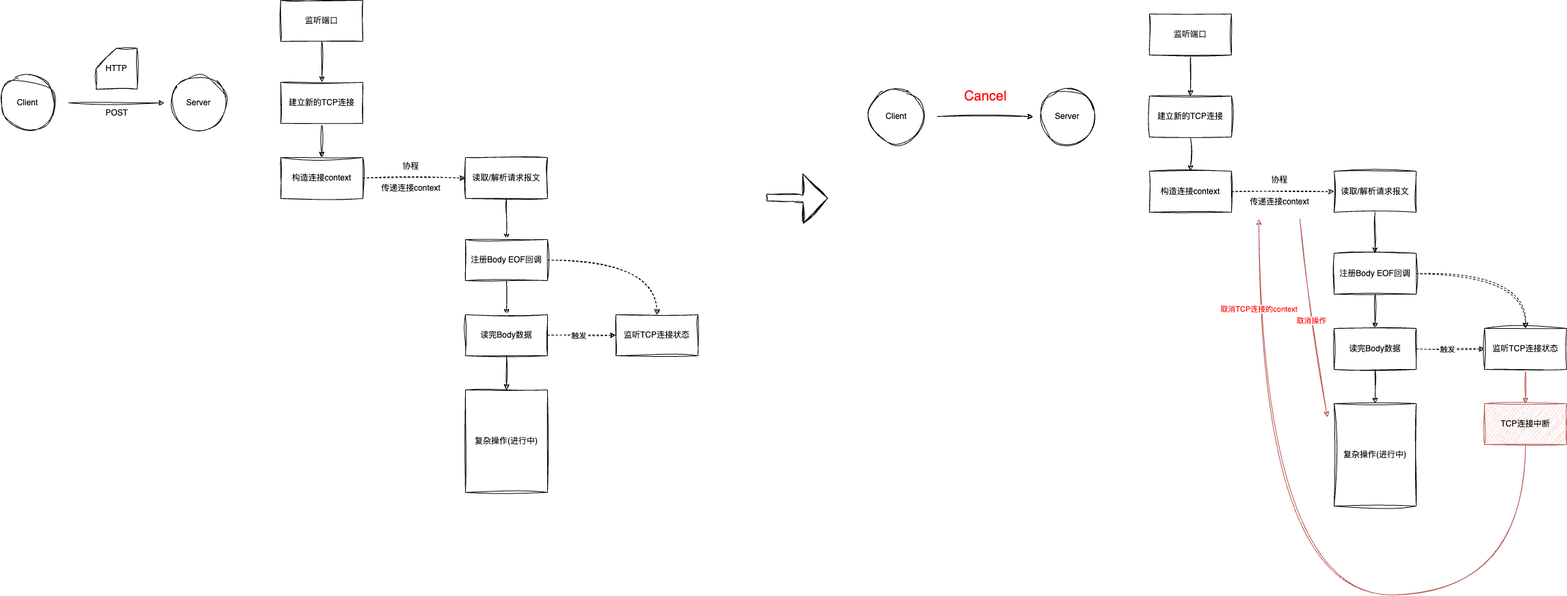
This is source/_posts/HTTPProcessInGolang/http1_x_cancel.png from theo1893/theo1893.github.io, a draw.io export, as it was before one commit. Source tidied: cells renumbered, new cells last; positions are measured from the earlier drawing's top-left corner, leaving out a move shared by most shapes.
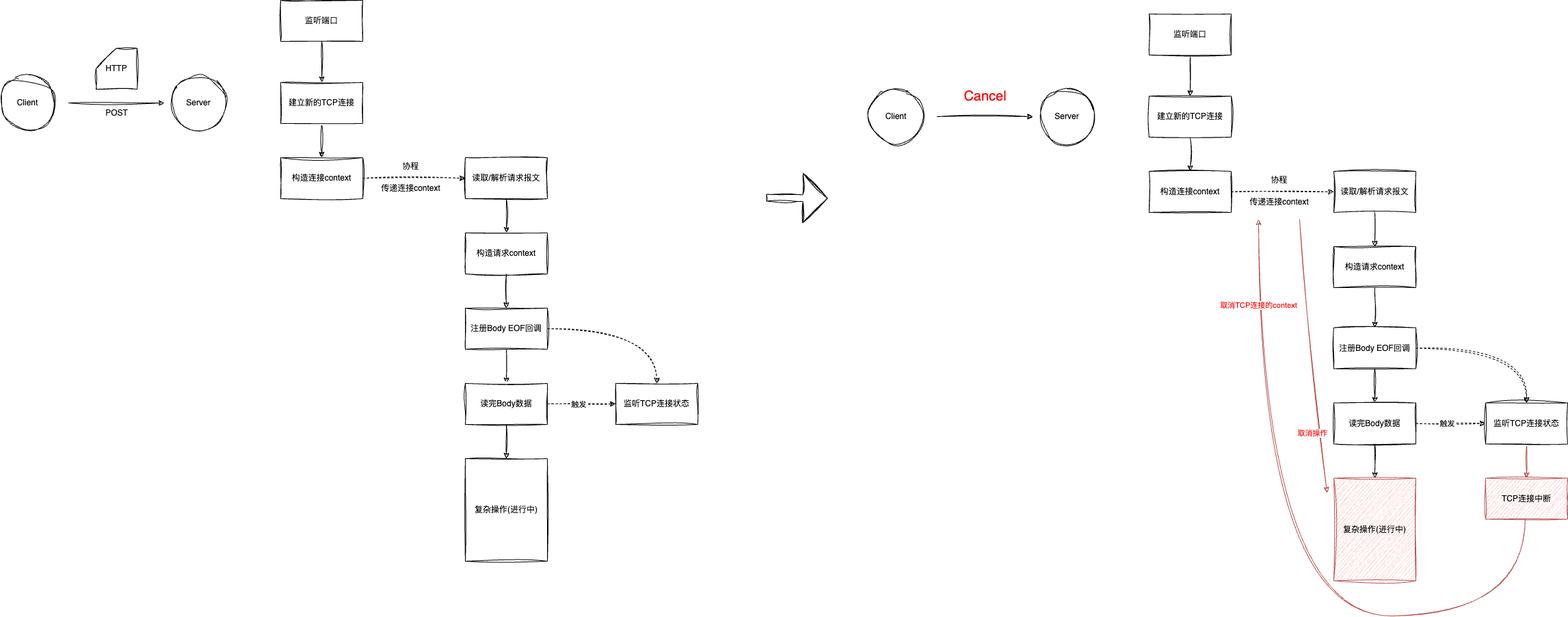
The same diagram one commit later.

Diff of the diagram source:
```diff
@@ -17,9 +17,9 @@
     <mxCell id="6" value="建立新的TCP连接" style="rounded=0;whiteSpace=wrap;html=1;sketch=1;curveFitting=1;jiggle=2;" parent="1" vertex="1">
       <mxGeometry x="410" y="120" width="120" height="60" as="geometry" />
     </mxCell>
-    <mxCell id="7" style="edgeStyle=orthogonalEdgeStyle;shape=connector;rounded=0;sketch=1;jiggle=2;curveFitting=1;jettySize=auto;html=1;strokeColor=default;align=center;verticalAlign=middle;fontFamily=Helvetica;fontSize=12;fontColor=default;labelBackgroundColor=default;endArrow=classic;" parent="1" edge="1" source="8" target="11">
-      <mxGeometry relative="1" as="geometry" />
-    </mxCell>
+    <mxCell id="56" style="edgeStyle=orthogonalEdgeStyle;shape=connector;rounded=0;sketch=1;jiggle=2;curveFitting=1;jettySize=auto;html=1;strokeColor=default;align=center;verticalAlign=middle;fontFamily=Helvetica;fontSize=11;fontColor=default;labelBackgroundColor=default;endArrow=classic;" parent="1" edge="1" source="8" target="59">
+      <mxGeometry relative="1" as="geometry" />
+    </mxCell>
     <mxCell id="8" value="读取/解析请求报文" style="rounded=0;whiteSpace=wrap;html=1;sketch=1;curveFitting=1;jiggle=2;" parent="1" vertex="1">
       <mxGeometry x="680" y="230" width="120" height="60" as="geometry" />
     </mxCell>
@@ -30,7 +30,7 @@
       <mxGeometry relative="1" as="geometry" />
     </mxCell>
     <mxCell id="11" value="注册Body EOF回调" style="rounded=0;whiteSpace=wrap;html=1;sketch=1;curveFitting=1;jiggle=2;" parent="1" vertex="1">
-      <mxGeometry x="680" y="350" width="120" height="60" as="geometry" />
+      <mxGeometry x="680" y="450" width="120" height="60" as="geometry" />
     </mxCell>
     <mxCell id="12" style="edgeStyle=orthogonalEdgeStyle;rounded=0;jettySize=auto;html=1;entryX=0;entryY=0.5;entryDx=0;entryDy=0;sketch=1;curveFitting=1;jiggle=2;dashed=1;" parent="1" edge="1" source="15" target="24">
       <mxGeometry relative="1" as="geometry" />
@@ -42,7 +42,7 @@
       <mxGeometry relative="1" as="geometry" />
     </mxCell>
     <mxCell id="15" value="读完Body数据" style="rounded=0;whiteSpace=wrap;html=1;sketch=1;curveFitting=1;jiggle=2;" parent="1" vertex="1">
-      <mxGeometry x="680" y="460" width="120" height="60" as="geometry" />
+      <mxGeometry x="680" y="560" width="120" height="60" as="geometry" />
     </mxCell>
     <mxCell id="16" style="edgeStyle=orthogonalEdgeStyle;shape=connector;rounded=0;sketch=1;jiggle=2;curveFitting=1;jettySize=auto;html=1;entryX=0;entryY=0.5;entryDx=0;entryDy=0;strokeColor=default;align=center;verticalAlign=middle;fontFamily=Helvetica;fontSize=12;fontColor=default;labelBackgroundColor=default;endArrow=classic;dashed=1;" parent="1" edge="1" source="17" target="8">
       <mxGeometry relative="1" as="geometry" />
@@ -72,10 +72,10 @@
       <mxGeometry x="140" y="150" width="60" height="30" as="geometry" />
     </mxCell>
     <mxCell id="24" value="监听TCP连接状态" style="rounded=0;whiteSpace=wrap;html=1;sketch=1;curveFitting=1;jiggle=2;" parent="1" vertex="1">
-      <mxGeometry x="900" y="460" width="120" height="60" as="geometry" />
+      <mxGeometry x="900" y="560" width="120" height="60" as="geometry" />
     </mxCell>
     <mxCell id="25" value="复杂操作(进行中)" style="rounded=0;whiteSpace=wrap;html=1;sketch=1;curveFitting=1;jiggle=2;" parent="1" vertex="1">
-      <mxGeometry x="680" y="570" width="120" height="150" as="geometry" />
+      <mxGeometry x="680" y="670" width="120" height="150" as="geometry" />
     </mxCell>
     <mxCell id="26" style="shape=flexArrow;endArrow=classic;html=1;rounded=0;sketch=1;jiggle=2;curveFitting=1;strokeColor=default;align=center;verticalAlign=middle;fontFamily=Helvetica;fontSize=11;fontColor=default;labelBackgroundColor=default;edgeStyle=orthogonalEdgeStyle;endWidth=61.69491525423729;endSize=11.633898305084745;" parent="1" edge="1">
       <mxGeometry relative="1" as="geometry">
@@ -98,9 +98,9 @@
     <mxCell id="31" value="建立新的TCP连接" style="rounded=0;whiteSpace=wrap;html=1;sketch=1;curveFitting=1;jiggle=2;" parent="1" vertex="1">
       <mxGeometry x="1680" y="140" width="120" height="60" as="geometry" />
     </mxCell>
-    <mxCell id="32" style="edgeStyle=orthogonalEdgeStyle;shape=connector;rounded=0;sketch=1;jiggle=2;curveFitting=1;jettySize=auto;html=1;strokeColor=default;align=center;verticalAlign=middle;fontFamily=Helvetica;fontSize=12;fontColor=default;labelBackgroundColor=default;endArrow=classic;" parent="1" edge="1" source="33" target="36">
-      <mxGeometry relative="1" as="geometry" />
-    </mxCell>
+    <mxCell id="57" style="edgeStyle=orthogonalEdgeStyle;shape=connector;rounded=0;sketch=1;jiggle=2;curveFitting=1;jettySize=auto;html=1;strokeColor=default;align=center;verticalAlign=middle;fontFamily=Helvetica;fontSize=11;fontColor=default;labelBackgroundColor=default;endArrow=classic;" parent="1" edge="1" source="33" target="61">
+      <mxGeometry relative="1" as="geometry" />
+    </mxCell>
     <mxCell id="33" value="读取/解析请求报文" style="rounded=0;whiteSpace=wrap;html=1;sketch=1;curveFitting=1;jiggle=2;" parent="1" vertex="1">
       <mxGeometry x="1950" y="250" width="120" height="60" as="geometry" />
     </mxCell>
@@ -111,7 +111,7 @@
       <mxGeometry relative="1" as="geometry" />
     </mxCell>
     <mxCell id="36" value="注册Body EOF回调" style="rounded=0;whiteSpace=wrap;html=1;sketch=1;curveFitting=1;jiggle=2;" parent="1" vertex="1">
-      <mxGeometry x="1950" y="370" width="120" height="60" as="geometry" />
+      <mxGeometry x="1950" y="478.6" width="120" height="60" as="geometry" />
     </mxCell>
     <mxCell id="37" style="edgeStyle=orthogonalEdgeStyle;rounded=0;jettySize=auto;html=1;entryX=0;entryY=0.5;entryDx=0;entryDy=0;sketch=1;curveFitting=1;jiggle=2;dashed=1;" parent="1" edge="1" source="40" target="48">
       <mxGeometry relative="1" as="geometry" />
@@ -123,7 +123,7 @@
       <mxGeometry relative="1" as="geometry" />
     </mxCell>
     <mxCell id="40" value="读完Body数据" style="rounded=0;whiteSpace=wrap;html=1;sketch=1;curveFitting=1;jiggle=2;" parent="1" vertex="1">
-      <mxGeometry x="1950" y="480" width="120" height="60" as="geometry" />
+      <mxGeometry x="1950" y="588.6" width="120" height="60" as="geometry" />
     </mxCell>
     <mxCell id="41" style="edgeStyle=orthogonalEdgeStyle;shape=connector;rounded=0;sketch=1;jiggle=2;curveFitting=1;jettySize=auto;html=1;entryX=0;entryY=0.5;entryDx=0;entryDy=0;strokeColor=default;align=center;verticalAlign=middle;fontFamily=Helvetica;fontSize=12;fontColor=default;labelBackgroundColor=default;endArrow=classic;dashed=1;" parent="1" edge="1" source="42" target="33">
       <mxGeometry relative="1" as="geometry" />
@@ -150,10 +150,10 @@
       <mxGeometry relative="1" as="geometry" />
     </mxCell>
     <mxCell id="48" value="监听TCP连接状态" style="rounded=0;whiteSpace=wrap;html=1;sketch=1;curveFitting=1;jiggle=2;" parent="1" vertex="1">
-      <mxGeometry x="2170" y="480" width="120" height="60" as="geometry" />
+      <mxGeometry x="2172" y="588.6" width="120" height="60" as="geometry" />
     </mxCell>
-    <mxCell id="49" value="复杂操作(进行中)" style="rounded=0;whiteSpace=wrap;html=1;sketch=1;curveFitting=1;jiggle=2;" parent="1" vertex="1">
-      <mxGeometry x="1950" y="590" width="120" height="150" as="geometry" />
+    <mxCell id="49" value="复杂操作(进行中)" style="rounded=0;whiteSpace=wrap;html=1;sketch=1;curveFitting=1;jiggle=2;fillColor=#f8cecc;strokeColor=#b85450;" parent="1" vertex="1">
+      <mxGeometry x="1950" y="698.6" width="120" height="150" as="geometry" />
     </mxCell>
     <mxCell id="50" value="&lt;font color=&quot;#ff0000&quot; style=&quot;font-size: 20px;&quot;&gt;Cancel&lt;/font&gt;" style="text;html=1;align=center;verticalAlign=middle;strokeColor=none;fillColor=none;fontFamily=Helvetica;fontSize=11;fontColor=default;labelBackgroundColor=default;" parent="1" vertex="1">
       <mxGeometry x="1395" y="120" width="90" height="40" as="geometry" />
@@ -162,8 +162,8 @@
       <mxGeometry relative="1" as="geometry">
         <mxPoint x="1840" y="320" as="targetPoint" />
         <Array as="points">
-          <mxPoint x="2230" y="870" />
-          <mxPoint x="1840" y="870" />
+          <mxPoint x="2230" y="900" />
+          <mxPoint x="1840" y="900" />
         </Array>
       </mxGeometry>
     </mxCell>
@@ -171,16 +171,30 @@
       <mxGeometry x="0.77" y="1" relative="1" as="geometry" />
     </mxCell>
     <mxCell id="53" value="TCP连接中断" style="rounded=0;whiteSpace=wrap;html=1;sketch=1;curveFitting=1;jiggle=2;fillColor=#f8cecc;strokeColor=#b85450;" parent="1" vertex="1">
-      <mxGeometry x="2170" y="590" width="120" height="60" as="geometry" />
+      <mxGeometry x="2172" y="698.6" width="120" height="60" as="geometry" />
     </mxCell>
     <mxCell id="54" style="endArrow=classic;html=1;rounded=0;sketch=1;jiggle=2;curveFitting=1;strokeColor=#b85450;align=center;verticalAlign=middle;fontFamily=Helvetica;fontSize=11;fontColor=default;labelBackgroundColor=default;fillColor=#f8cecc;" parent="1" edge="1">
       <mxGeometry relative="1" as="geometry">
         <mxPoint x="1900" y="320" as="sourcePoint" />
-        <mxPoint x="1940" y="610" as="targetPoint" />
+        <mxPoint x="1940" y="720" as="targetPoint" />
       </mxGeometry>
     </mxCell>
     <mxCell id="55" value="取消操作" style="edgeLabel;html=1;align=center;verticalAlign=middle;fontFamily=Helvetica;fontSize=11;fontColor=#FF0000;labelBackgroundColor=default;" parent="54" vertex="1">
-      <mxGeometry x="0.02" y="-4" relative="1" as="geometry" />
+      <mxGeometry x="0.02" y="-4" relative="1" as="geometry">
+        <mxPoint x="2" y="109" as="offset" />
+      </mxGeometry>
     </mxCell>
+    <mxCell id="58" style="edgeStyle=orthogonalEdgeStyle;shape=connector;rounded=0;sketch=1;jiggle=2;curveFitting=1;jettySize=auto;html=1;strokeColor=default;align=center;verticalAlign=middle;fontFamily=Helvetica;fontSize=11;fontColor=default;labelBackgroundColor=default;endArrow=classic;" parent="1" edge="1" source="59" target="11">
+      <mxGeometry relative="1" as="geometry" />
+    </mxCell>
+    <mxCell id="59" value="构造请求context" style="rounded=0;whiteSpace=wrap;html=1;sketch=1;curveFitting=1;jiggle=2;" parent="1" vertex="1">
+      <mxGeometry x="680" y="340" width="120" height="60" as="geometry" />
+    </mxCell>
+    <mxCell id="60" style="edgeStyle=orthogonalEdgeStyle;shape=connector;rounded=0;sketch=1;jiggle=2;curveFitting=1;jettySize=auto;html=1;strokeColor=default;align=center;verticalAlign=middle;fontFamily=Helvetica;fontSize=11;fontColor=default;labelBackgroundColor=default;endArrow=classic;" parent="1" edge="1" source="61" target="36">
+      <mxGeometry relative="1" as="geometry" />
+    </mxCell>
+    <mxCell id="61" value="构造请求context" style="rounded=0;whiteSpace=wrap;html=1;sketch=1;curveFitting=1;jiggle=2;" parent="1" vertex="1">
+      <mxGeometry x="1950" y="360" width="120" height="60" as="geometry" />
+    </mxCell>
   </root>
 </mxGraphModel>
```
